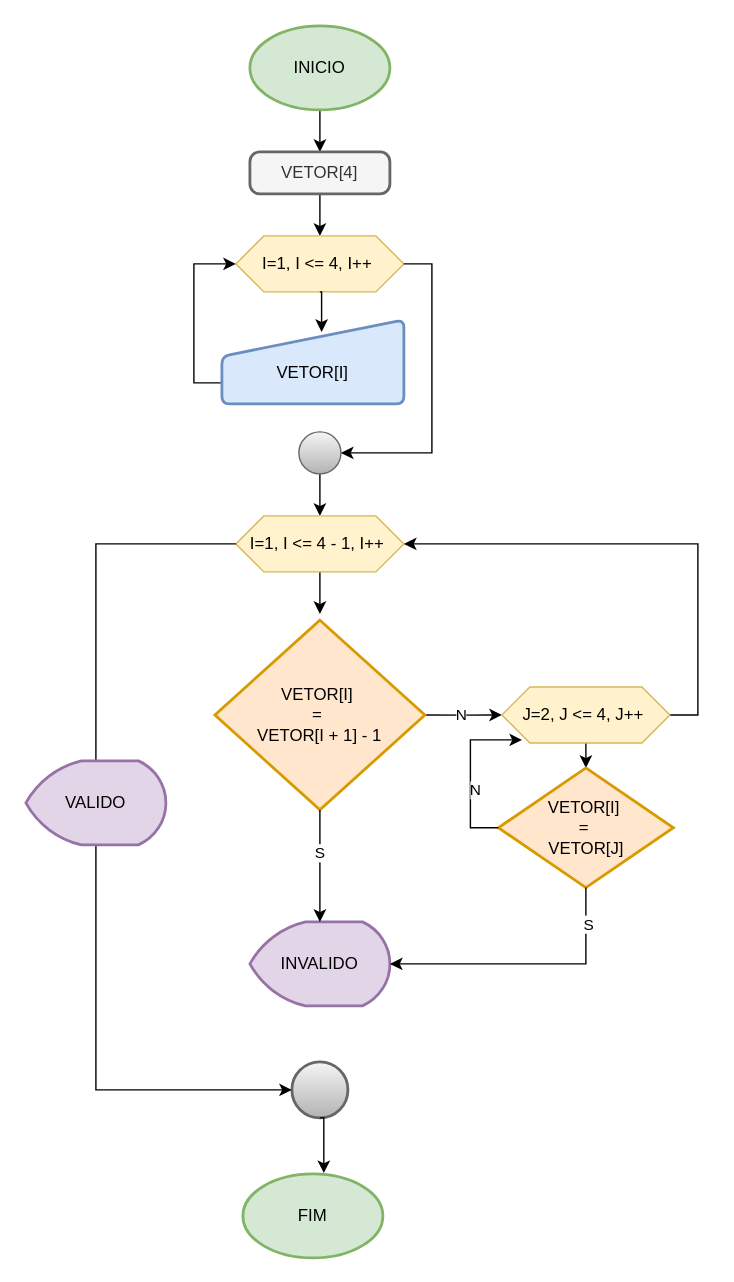
Before: fluxogramas/simulado-bloco4-7.drawio in thisouza01/bootcamp-cobol, a draw.io diagram. Source tidied: cells renumbered, new cells numbered last; positions are measured from the earlier drawing's top-left corner, leaving out a move shared by most shapes. Both pictures are drawn from the tidied source at 140%, with x=0, y=0 at pixel (25, 25).
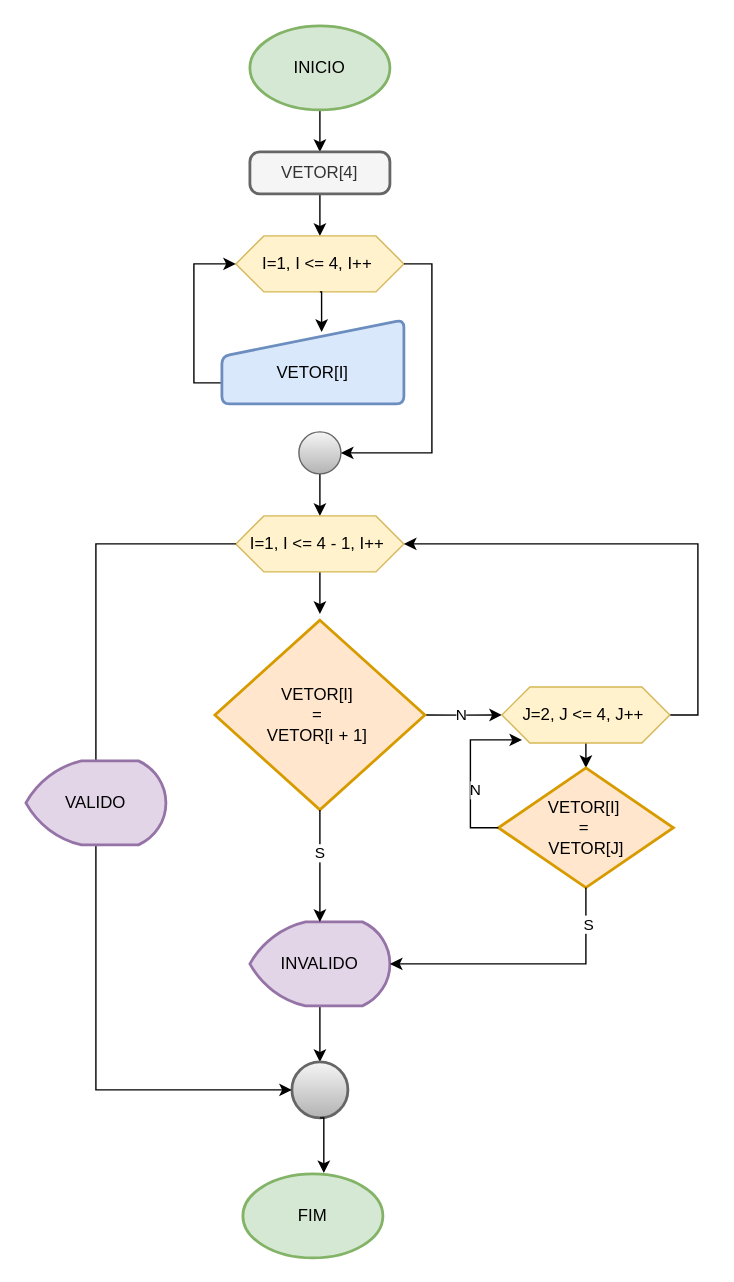
The same diagram, later.

The change refers to these unchanged cells:
```xml
<mxCell id="18" value="INVALIDO" style="strokeWidth=2;html=1;shape=mxgraph.flowchart.display;whiteSpace=wrap;fillColor=#e1d5e7;strokeColor=#9673a6;" parent="1" vertex="1">
  <mxGeometry x="160" y="640" width="100" height="60" as="geometry" />
</mxCell>
<mxCell id="19" style="strokeWidth=2;html=1;shape=mxgraph.flowchart.start_2;whiteSpace=wrap;fillColor=#f5f5f5;gradientColor=#b3b3b3;strokeColor=#666666;" parent="1" vertex="1">
  <mxGeometry x="190" y="740" width="40" height="40" as="geometry" />
</mxCell>
```

Change to the diagram source:
```diff
@@
-    <mxCell id="17" value="VETOR[I]&amp;nbsp;&lt;div&gt;=&amp;nbsp;&lt;/div&gt;&lt;div&gt;VETOR[I + 1] - 1&lt;/div&gt;" style="strokeWidth=2;html=1;shape=mxgraph.flowchart.decision;whiteSpace=wrap;fillColor=#ffe6cc;strokeColor=#d79b00;" parent="1" vertex="1">
+    <mxCell id="17" value="VETOR[I]&amp;nbsp;&lt;div&gt;=&amp;nbsp;&lt;/div&gt;&lt;div&gt;VETOR[I + 1]&amp;nbsp;&lt;/div&gt;" style="strokeWidth=2;html=1;shape=mxgraph.flowchart.decision;whiteSpace=wrap;fillColor=#ffe6cc;strokeColor=#d79b00;" parent="1" vertex="1">
       <mxGeometry x="135" y="424.5" width="150" height="135.5" as="geometry" />
     </mxCell>
+    <mxCell id="35" style="edgeStyle=orthogonalEdgeStyle;rounded=0;jettySize=auto;html=1;exitX=0.5;exitY=1;exitDx=0;exitDy=0;exitPerimeter=0;" parent="1" edge="1" source="18" target="19">
+      <mxGeometry relative="1" as="geometry" />
+    </mxCell>
```
